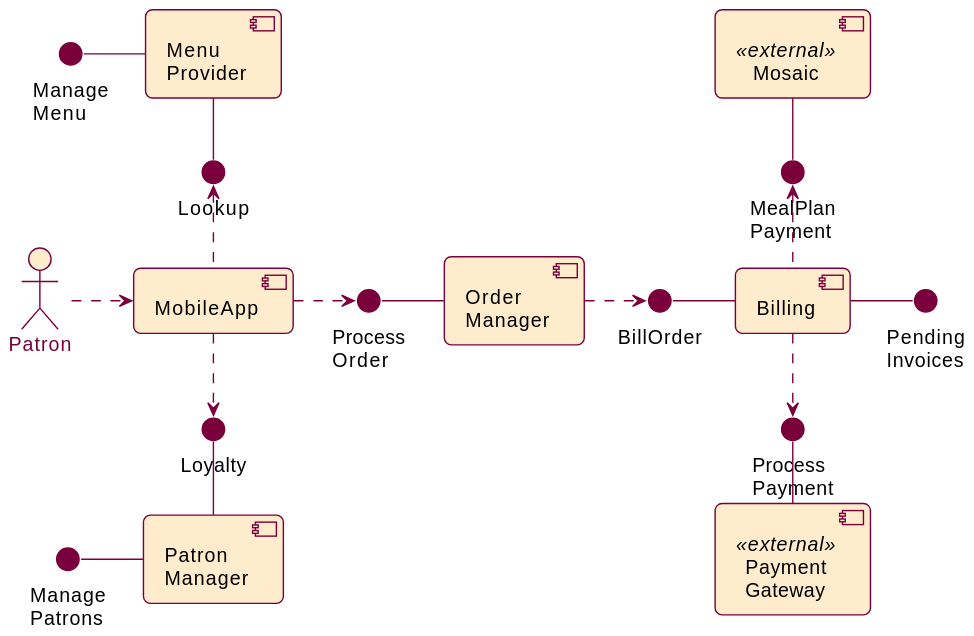
Above: models/component_mobile.svg in ace-lectures/atco-eats (PlantUML), before the change.
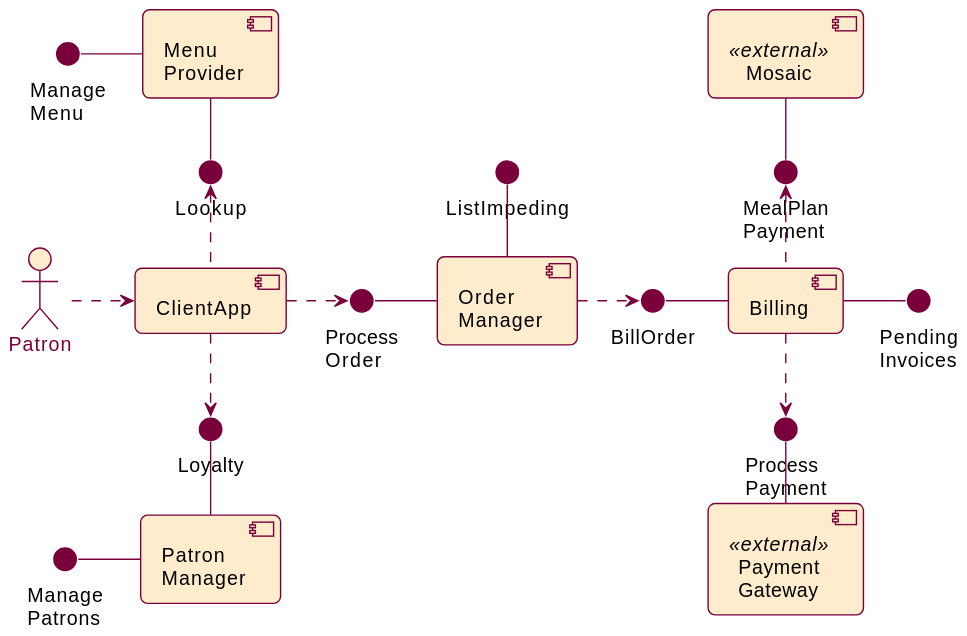
After the change.

Commit message:
update S1 to be compliant with mockup - Impeding Orders

The edit, as a diff of the source:
```diff
@@ -39,10 +39,12 @@
 () "Process\nOrder" as Iprocess_order
 ordering .> Ibilling
 Iprocess_order - ordering
+() "ListImpeding" as Ilist_impeding
+Ilist_impeding -- ordering
 
 
 
-component mobile as "MobileApp"
+component mobile as "ClientApp"
 Imenu_lookup <.. mobile
 mobile ..> Iloyalty
 mobile .> Iprocess_order
```
